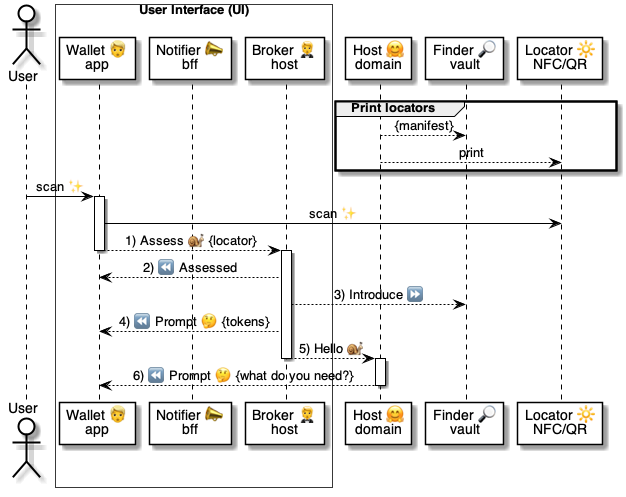
This is 5 ⏩ Flows/90 🧑‍🦰👉 Wallets/15 👉🔆 Locators/.📎 Assets/⚙️ Host QR.png from pollyweb-org/pollyweb-docs, a PlantUML export, as it was before one commit. Its source is kept beside it as 5 ⏩ Flows/90 🧑‍🦰👉 Wallets/15 👉🔆 Locators/.📎 Assets/⚙️ Host QR.puml.
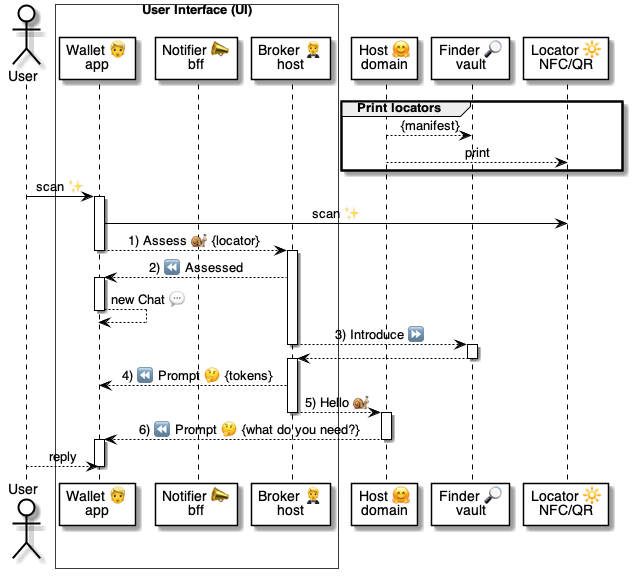
The same diagram one commit later.

What changed in the source:
```diff
@@ -30,7 +30,16 @@
 
         broker --> wallet: 2) ⏪ Assessed
 
+        activate wallet
+            wallet --> wallet: new Chat 💬
+        deactivate wallet
+
         broker --> finder: 3) Introduce ⏩
+        deactivate broker
+            activate finder
+               finder --> broker
+            deactivate finder
+        activate broker
 
 
     broker --> wallet: 4) ⏪ Prompt 🤔 {tokens}
@@ -41,6 +50,9 @@
     host --> wallet: 6) ⏪ Prompt 🤔 {what do you need?}
 deactivate host
 
+activate wallet
+    user --> wallet: reply
+deactivate wallet
 
 
 @enduml
```
